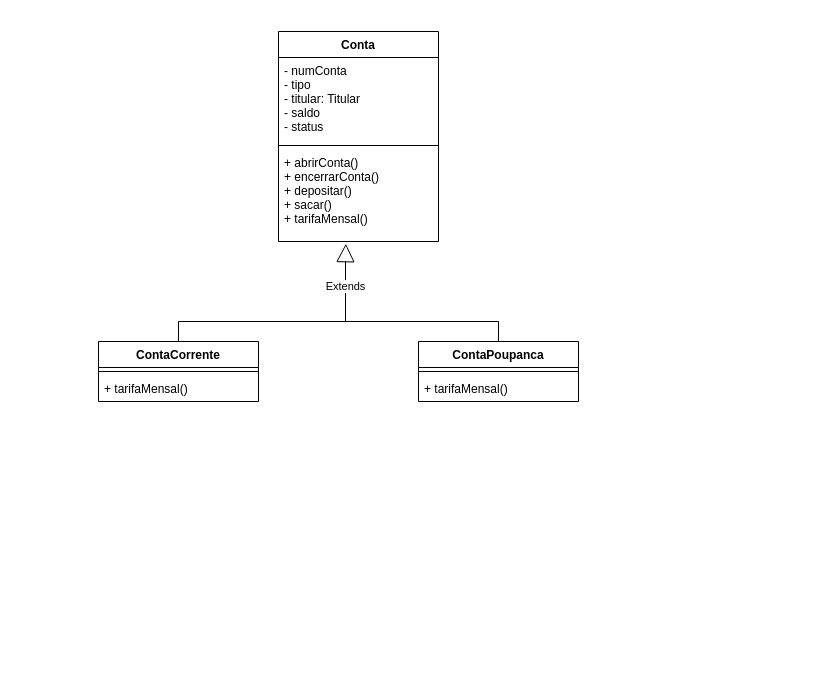
endroni/TII2002T-03 keeps this draw.io diagram as atividades/Conta/Diagrama.drawio. Above is the earlier version. Source tidied: cells renumbered, new cells numbered last; positions are measured from the earlier drawing's top-left corner, leaving out a move shared by most shapes. Both pictures are drawn from the tidied source at 100%, with x=0, y=0 at pixel (98, 31).
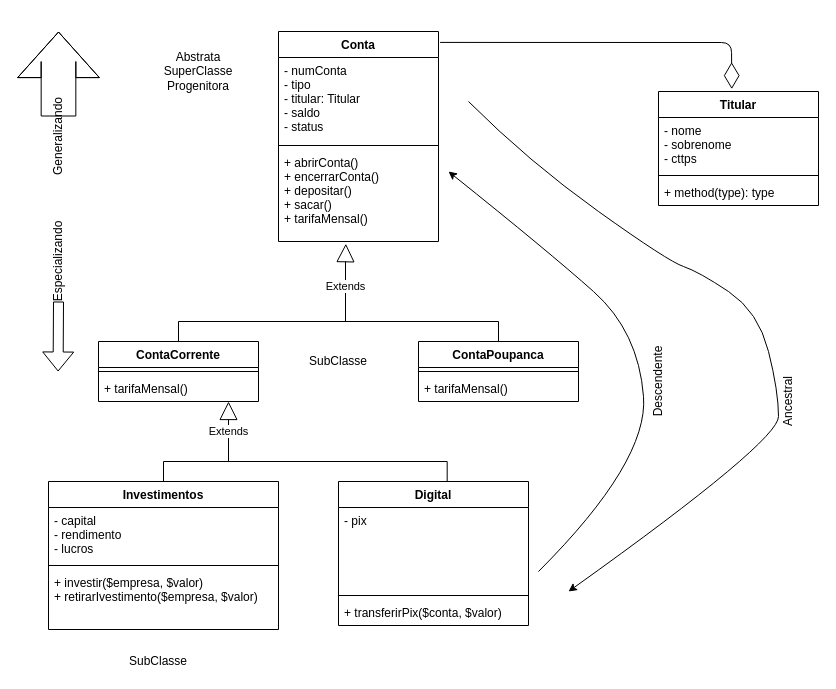
After the change.

Commit message (it also covers changes not shown here):
diagramas atualizados

Unchanged cells that the change refers to:
```xml
<mxCell id="2" value="Conta" style="swimlane;fontStyle=1;align=center;verticalAlign=top;horizontal=1;startSize=26;" parent="1" vertex="1">
  <mxGeometry x="180" width="160" height="210" as="geometry" />
</mxCell>
```

What changed in the source:
```diff
@@
+    <mxCell id="14" value="Titular" style="swimlane;fontStyle=1;align=center;verticalAlign=top;horizontal=1;startSize=26;" parent="1" vertex="1">
+      <mxGeometry x="560" y="60" width="160" height="114" as="geometry" />
+    </mxCell>
+    <mxCell id="15" value="- nome&#10;- sobrenome&#10;- cttps" style="text;strokeColor=none;fillColor=none;align=left;verticalAlign=top;spacingLeft=4;spacingRight=4;overflow=hidden;" parent="14" vertex="1">
+      <mxGeometry y="26" width="160" height="54" as="geometry" />
+    </mxCell>
+    <mxCell id="16" style="line;strokeWidth=1;fillColor=none;align=left;verticalAlign=middle;spacingTop=-1;spacingLeft=3;spacingRight=3;labelPosition=right;" parent="14" vertex="1">
+      <mxGeometry y="80" width="160" height="8" as="geometry" />
+    </mxCell>
+    <mxCell id="17" value="+ method(type): type" style="text;strokeColor=none;fillColor=none;align=left;verticalAlign=top;spacingLeft=4;spacingRight=4;overflow=hidden;" parent="14" vertex="1">
+      <mxGeometry y="88" width="160" height="26" as="geometry" />
+    </mxCell>
+    <mxCell id="18" style="endArrow=diamondThin;endFill=0;endSize=24;html=1;exitX=1.01;exitY=0.052;exitDx=0;exitDy=0;exitPerimeter=0;entryX=0.458;entryY=-0.021;entryDx=0;entryDy=0;entryPerimeter=0;" parent="1" edge="1" source="2" target="14">
+      <mxGeometry relative="1" as="geometry">
+        <Array as="points">
+          <mxPoint x="633" y="11" />
+        </Array>
+      </mxGeometry>
+    </mxCell>
+    <mxCell id="19" style="edgeStyle=orthogonalEdgeStyle;rounded=0;jettySize=auto;html=1;entryX=0.572;entryY=0.005;entryDx=0;entryDy=0;entryPerimeter=0;endArrow=none;endFill=0;" parent="1" edge="1" source="20" target="30">
+      <mxGeometry relative="1" as="geometry">
+        <Array as="points">
+          <mxPoint x="65" y="430" />
+          <mxPoint x="349" y="430" />
+        </Array>
+      </mxGeometry>
+    </mxCell>
+    <mxCell id="20" value="Investimentos" style="swimlane;fontStyle=1;align=center;verticalAlign=top;horizontal=1;startSize=26;" parent="1" vertex="1">
+      <mxGeometry x="-50" y="450" width="230" height="148" as="geometry" />
+    </mxCell>
+    <mxCell id="21" value="- capital&#10;- rendimento&#10;- lucros" style="text;strokeColor=none;fillColor=none;align=left;verticalAlign=top;spacingLeft=4;spacingRight=4;overflow=hidden;" parent="20" vertex="1">
+      <mxGeometry y="26" width="230" height="54" as="geometry" />
+    </mxCell>
+    <mxCell id="22" style="line;strokeWidth=1;fillColor=none;align=left;verticalAlign=middle;spacingTop=-1;spacingLeft=3;spacingRight=3;labelPosition=right;" parent="20" vertex="1">
+      <mxGeometry y="80" width="230" height="8" as="geometry" />
+    </mxCell>
+    <mxCell id="23" value="+ investir($empresa, $valor)&#10;+ retirarIvestimento($empresa, $valor)&#10;&#10;" style="text;strokeColor=none;fillColor=none;align=left;verticalAlign=top;spacingLeft=4;spacingRight=4;overflow=hidden;" parent="20" vertex="1">
+      <mxGeometry y="88" width="230" height="60" as="geometry" />
+    </mxCell>
+    <mxCell id="24" value="Abstrata&lt;br&gt;SuperClasse&lt;br&gt;Progenitora" style="text;html=1;strokeColor=none;fillColor=none;align=center;verticalAlign=middle;whiteSpace=wrap;rounded=0;" parent="1" vertex="1">
+      <mxGeometry x="50" y="10" width="100" height="60" as="geometry" />
+    </mxCell>
+    <mxCell id="25" value="SubClasse" style="text;html=1;strokeColor=none;fillColor=none;align=center;verticalAlign=middle;whiteSpace=wrap;rounded=0;" parent="1" vertex="1">
+      <mxGeometry x="190" y="320" width="100" height="20" as="geometry" />
+    </mxCell>
+    <mxCell id="26" value="Generalizando&lt;br&gt;" style="text;html=1;strokeColor=none;fillColor=none;align=center;verticalAlign=middle;whiteSpace=wrap;rounded=0;rotation=-90;" parent="1" vertex="1">
+      <mxGeometry x="-60" y="95" width="40" height="20" as="geometry" />
+    </mxCell>
+    <mxCell id="27" style="shape=flexArrow;endArrow=classic;html=1;endWidth=46;endSize=14.863333333333335;width=34.666666666666664;" parent="1" edge="1" source="26">
+      <mxGeometry relative="1" as="geometry">
+        <mxPoint x="-40" as="targetPoint" />
+        <Array as="points">
+          <mxPoint x="-40" y="30" />
+        </Array>
+      </mxGeometry>
+    </mxCell>
+    <mxCell id="28" value="Especializando" style="text;html=1;strokeColor=none;fillColor=none;align=center;verticalAlign=middle;whiteSpace=wrap;rounded=0;rotation=-90;" parent="1" vertex="1">
+      <mxGeometry x="-60" y="220" width="40" height="20" as="geometry" />
+    </mxCell>
+    <mxCell id="29" style="shape=flexArrow;endArrow=classic;html=1;" parent="1" edge="1">
+      <mxGeometry relative="1" as="geometry">
+        <mxPoint x="-40" y="270" as="sourcePoint" />
+        <mxPoint x="-40.4" y="340" as="targetPoint" />
+      </mxGeometry>
+    </mxCell>
+    <mxCell id="30" value="Digital" style="swimlane;fontStyle=1;align=center;verticalAlign=top;horizontal=1;startSize=26;" parent="1" vertex="1">
+      <mxGeometry x="240" y="450" width="190" height="144" as="geometry" />
+    </mxCell>
+    <mxCell id="31" value="- pix" style="text;strokeColor=none;fillColor=none;align=left;verticalAlign=top;spacingLeft=4;spacingRight=4;overflow=hidden;" parent="30" vertex="1">
+      <mxGeometry y="26" width="190" height="84" as="geometry" />
+    </mxCell>
+    <mxCell id="32" style="line;strokeWidth=1;fillColor=none;align=left;verticalAlign=middle;spacingTop=-1;spacingLeft=3;spacingRight=3;labelPosition=right;" parent="30" vertex="1">
+      <mxGeometry y="110" width="190" height="8" as="geometry" />
+    </mxCell>
+    <mxCell id="33" value="+ transferirPix($conta, $valor)" style="text;strokeColor=none;fillColor=none;align=left;verticalAlign=top;spacingLeft=4;spacingRight=4;overflow=hidden;" parent="30" vertex="1">
+      <mxGeometry y="118" width="190" height="26" as="geometry" />
+    </mxCell>
+    <mxCell id="34" value="Extends" style="endArrow=block;endSize=16;endFill=0;html=1;" parent="1" edge="1">
+      <mxGeometry relative="1" as="geometry">
+        <mxPoint x="130" y="430" as="sourcePoint" />
+        <mxPoint x="130" y="370" as="targetPoint" />
+      </mxGeometry>
+    </mxCell>
+    <mxCell id="35" style="curved=1;endArrow=classic;html=1;" parent="1" edge="1">
+      <mxGeometry relative="1" as="geometry">
+        <mxPoint x="440" y="540" as="sourcePoint" />
+        <mxPoint x="350" y="140" as="targetPoint" />
+        <Array as="points">
+          <mxPoint x="550" y="430" />
+          <mxPoint x="540" y="300" />
+          <mxPoint x="450" y="220" />
+        </Array>
+      </mxGeometry>
+    </mxCell>
+    <mxCell id="36" value="Ancestral&lt;br&gt;" style="text;html=1;strokeColor=none;fillColor=none;align=center;verticalAlign=middle;whiteSpace=wrap;rounded=0;rotation=-90;" parent="1" vertex="1">
+      <mxGeometry x="670" y="360" width="40" height="20" as="geometry" />
+    </mxCell>
+    <mxCell id="37" style="curved=1;endArrow=classic;html=1;" parent="1" edge="1">
+      <mxGeometry relative="1" as="geometry">
+        <mxPoint x="370" y="70" as="sourcePoint" />
+        <mxPoint x="470" y="560" as="targetPoint" />
+        <Array as="points">
+          <mxPoint x="430" y="130" />
+          <mxPoint x="570" y="230" />
+          <mxPoint x="600" y="240" />
+          <mxPoint x="660" y="280" />
+          <mxPoint x="680" y="360" />
+          <mxPoint x="680" y="410" />
+        </Array>
+      </mxGeometry>
+    </mxCell>
+    <mxCell id="38" value="Descendente&lt;br&gt;" style="text;html=1;strokeColor=none;fillColor=none;align=center;verticalAlign=middle;whiteSpace=wrap;rounded=0;rotation=-90;" parent="1" vertex="1">
+      <mxGeometry x="540" y="340" width="40" height="20" as="geometry" />
+    </mxCell>
+    <mxCell id="39" value="SubClasse" style="text;html=1;strokeColor=none;fillColor=none;align=center;verticalAlign=middle;whiteSpace=wrap;rounded=0;" parent="1" vertex="1">
+      <mxGeometry x="10" y="620" width="100" height="20" as="geometry" />
+    </mxCell>
```
